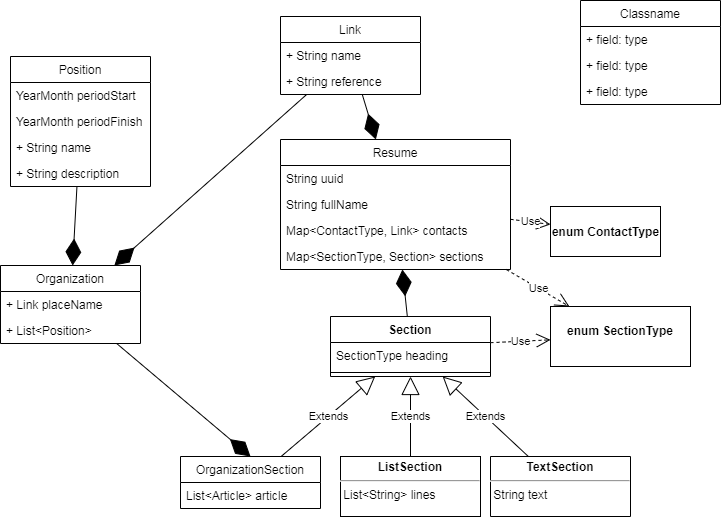
Above: basejava.png in ticherti/basejava (draw.io), before the change. Source tidied: cells renumbered, new cells last; positions are measured from the earlier drawing's top-left corner, leaving out a move shared by most shapes.
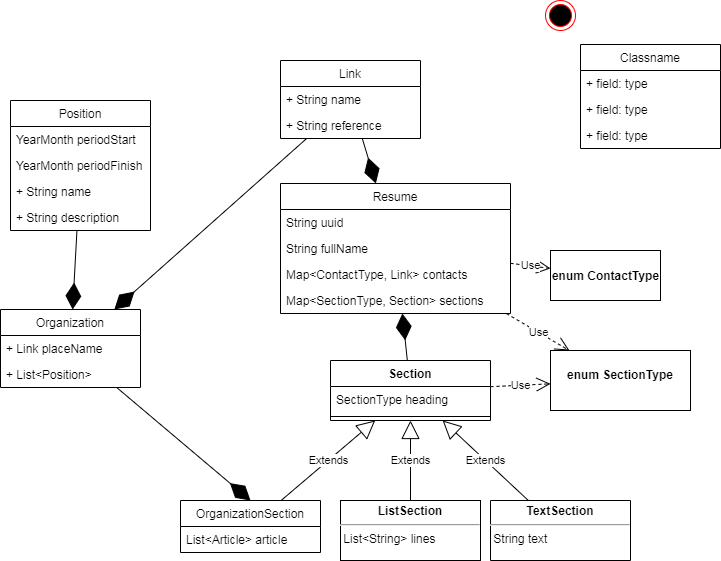
After the commit.

The edit, as a diff of the source:
```diff
@@ -122,5 +122,8 @@
     <mxCell id="41" value="+ field: type" style="text;strokeColor=none;fillColor=none;align=left;verticalAlign=top;spacingLeft=4;spacingRight=4;overflow=hidden;" parent="38" vertex="1">
       <mxGeometry y="78" width="140" height="26" as="geometry" />
     </mxCell>
+    <mxCell id="42" style="ellipse;html=1;shape=endState;fillColor=#000000;strokeColor=#ff0000;" parent="1" vertex="1">
+      <mxGeometry x="545" y="-44" width="30" height="30" as="geometry" />
+    </mxCell>
   </root>
 </mxGraphModel>
```
